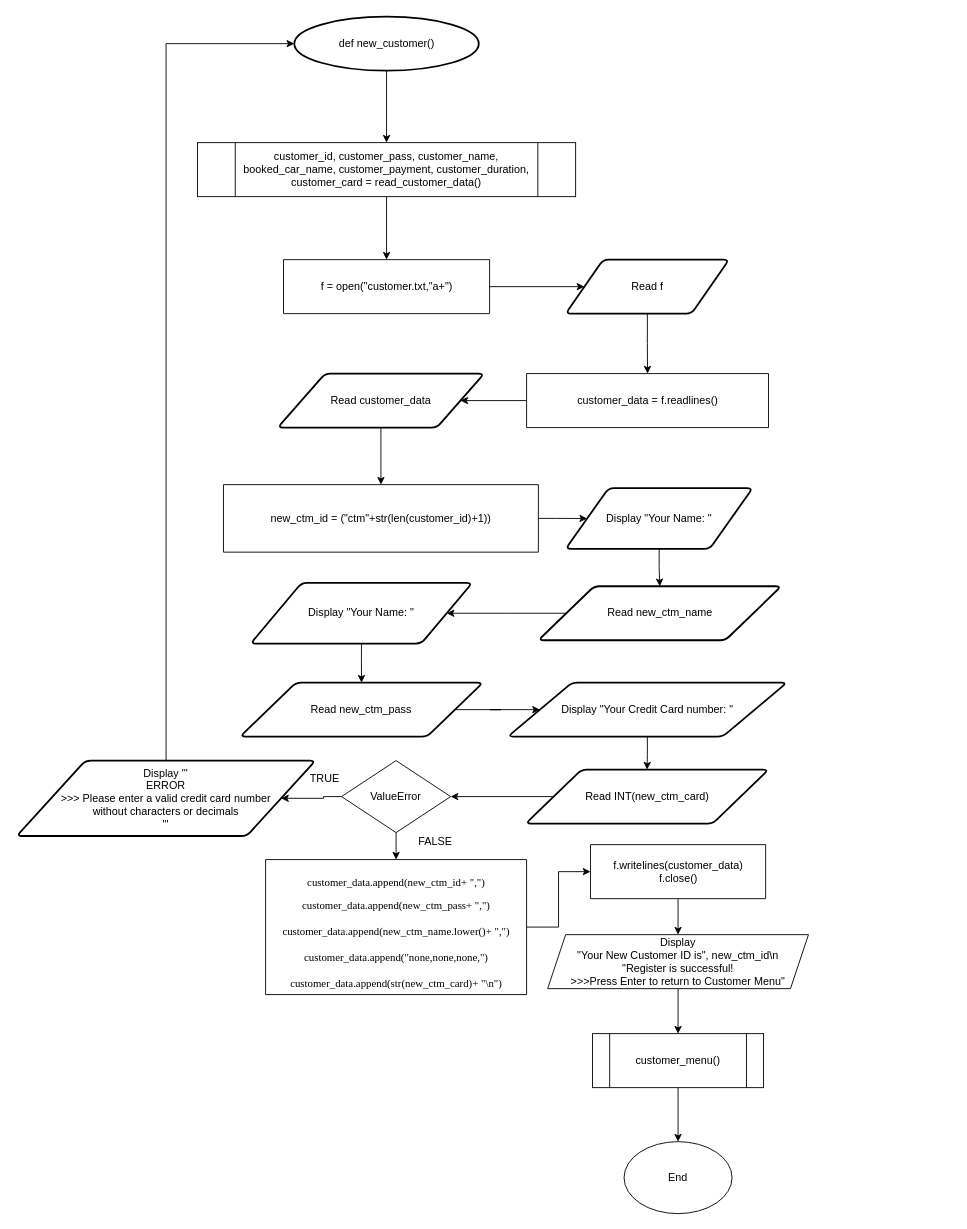
Earlier version of the draw.io diagram page "new_customer()" (8 of 27) of Flowchart.drawio (LeeRenJie/python-assignment). Source tidied: cells renumbered, new cells numbered last; positions are measured from the earlier drawing's top-left corner, leaving out a move shared by most shapes. Both pictures are drawn from the tidied source at 90%, with x=0, y=0 at pixel (16, 16).
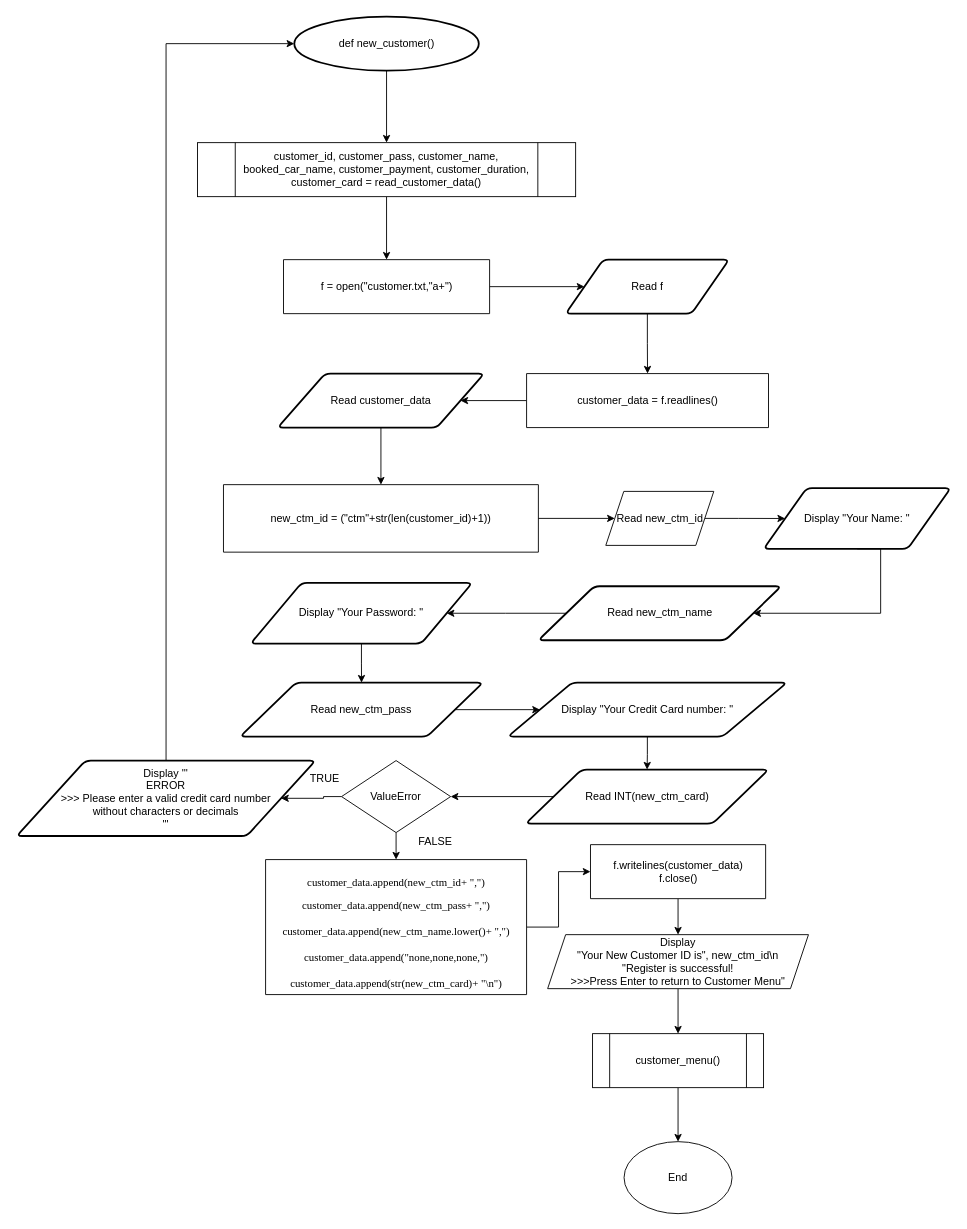
After the change.

The change refers to these unchanged cells:
```xml
<mxCell id="15" value="new_ctm_id = (&quot;ctm&quot;+str(len(customer_id)+1))" style="shape=parallelogram;perimeter=parallelogramPerimeter;whiteSpace=wrap;html=1;fixedSize=1;size=-280;" parent="1" vertex="1">
  <mxGeometry x="229.8" y="520" width="349.9" height="75" as="geometry" />
</mxCell>
<mxCell id="17" value="Read new_ctm_name" style="shape=parallelogram;html=1;strokeWidth=2;perimeter=parallelogramPerimeter;whiteSpace=wrap;rounded=1;arcSize=12;size=0.23;" parent="1" vertex="1">
  <mxGeometry x="579.7" y="632.9" width="269.8" height="60" as="geometry" />
</mxCell>
<mxCell id="21" value="Read new_ctm_pass" style="shape=parallelogram;html=1;strokeWidth=2;perimeter=parallelogramPerimeter;whiteSpace=wrap;rounded=1;arcSize=12;size=0.23;" parent="1" vertex="1">
  <mxGeometry x="248.3" y="740" width="269.8" height="60" as="geometry" />
</mxCell>
<mxCell id="26" value="Display &quot;Your Credit Card number: &quot;" style="shape=parallelogram;html=1;strokeWidth=2;perimeter=parallelogramPerimeter;whiteSpace=wrap;rounded=1;arcSize=12;size=0.23;" parent="1" vertex="1">
  <mxGeometry x="545.8" y="740" width="310" height="60" as="geometry" />
</mxCell>
```

The edit, as a diff of the source:
```diff
@@
-    <mxCell id="14" style="edgeStyle=orthogonalEdgeStyle;rounded=0;jettySize=auto;html=1;" parent="1" edge="1" source="15" target="42">
+    <mxCell id="14" style="edgeStyle=orthogonalEdgeStyle;rounded=0;jettySize=auto;html=1;" parent="1" edge="1" source="44" target="42">
       <mxGeometry relative="1" as="geometry" />
     </mxCell>
@@
-    <mxCell id="19" value="Display &quot;Your Name: &quot;" style="shape=parallelogram;html=1;strokeWidth=2;perimeter=parallelogramPerimeter;whiteSpace=wrap;rounded=1;arcSize=12;size=0.23;" parent="1" vertex="1">
+    <mxCell id="19" value="Display &quot;Your Password: &quot;" style="shape=parallelogram;html=1;strokeWidth=2;perimeter=parallelogramPerimeter;whiteSpace=wrap;rounded=1;arcSize=12;size=0.23;" parent="1" vertex="1">
       <mxGeometry x="260" y="629.1" width="246.2" height="67.5" as="geometry" />
     </mxCell>
     <mxCell id="20" style="edgeStyle=orthogonalEdgeStyle;rounded=0;jettySize=auto;html=1;" parent="1" edge="1" source="21" target="26">
-      <mxGeometry relative="1" as="geometry" />
+      <mxGeometry relative="1" as="geometry">
+        <Array as="points">
+          <mxPoint x="570" y="770" />
+          <mxPoint x="570" y="770" />
+        </Array>
+      </mxGeometry>
     </mxCell>
@@
-    <mxCell id="41" style="edgeStyle=orthogonalEdgeStyle;rounded=0;jettySize=auto;html=1;" parent="1" edge="1" source="42" target="17">
-      <mxGeometry relative="1" as="geometry" />
+    <mxCell id="41" style="edgeStyle=orthogonalEdgeStyle;rounded=0;jettySize=auto;html=1;exitX=0.5;exitY=1;exitDx=0;exitDy=0;entryX=1;entryY=0.5;entryDx=0;entryDy=0;" parent="1" edge="1" source="42" target="17">
+      <mxGeometry relative="1" as="geometry">
+        <Array as="points">
+          <mxPoint x="960" y="663" />
+        </Array>
+      </mxGeometry>
     </mxCell>
     <mxCell id="42" value="Display &quot;Your Name: &quot;" style="shape=parallelogram;html=1;strokeWidth=2;perimeter=parallelogramPerimeter;whiteSpace=wrap;rounded=1;arcSize=12;size=0.23;" parent="1" vertex="1">
-      <mxGeometry x="610" y="523.8" width="207.8" height="67.5" as="geometry" />
+      <mxGeometry x="830" y="523.8" width="207.8" height="67.5" as="geometry" />
     </mxCell>
@@
+    <mxCell id="44" value="Read new_ctm_id" style="shape=parallelogram;perimeter=parallelogramPerimeter;whiteSpace=wrap;html=1;fixedSize=1;" parent="1" vertex="1">
+      <mxGeometry x="654.6" y="527.5" width="120" height="60" as="geometry" />
+    </mxCell>
+    <mxCell id="45" style="edgeStyle=orthogonalEdgeStyle;rounded=0;jettySize=auto;html=1;" parent="1" edge="1" source="15" target="44">
+      <mxGeometry relative="1" as="geometry" />
+    </mxCell>
```
